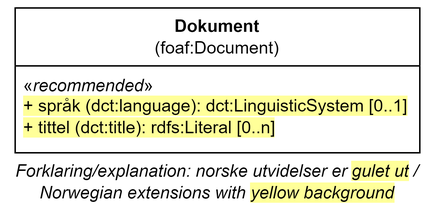
Before: docs/images/Klassen-Dokument.png, a diagram exported from draw.io (Informasjonsforvaltning/dcat-ap-no). Source tidied: cells renumbered, new cells last; positions are measured from the earlier drawing's top-left corner, leaving out a move shared by most shapes.
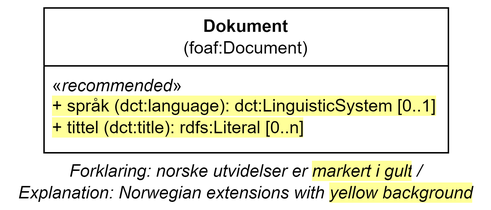
The same diagram one commit later.

What changed in the source:
```diff
@@ -8,8 +8,8 @@
     <mxCell id="3" value="&lt;div&gt;&lt;span style=&quot;background-color: initial;&quot;&gt;«&lt;/span&gt;&lt;i style=&quot;background-color: initial;&quot;&gt;recommended&lt;/i&gt;&lt;span style=&quot;background-color: initial;&quot;&gt;»&lt;/span&gt;&lt;br&gt;&lt;/div&gt;&lt;div&gt;&lt;div&gt;&lt;span style=&quot;background-color: rgb(255, 255, 153);&quot;&gt;+ språk (dct:language): dct:LinguisticSystem [0..1]&lt;/span&gt;&lt;/div&gt;&lt;div&gt;&lt;span style=&quot;background-color: rgb(255, 255, 153);&quot;&gt;+ tittel (dct:title): rdfs:Literal [0..n]&lt;/span&gt;&lt;/div&gt;&lt;/div&gt;" style="text;strokeColor=none;fillColor=none;align=left;verticalAlign=top;spacingLeft=4;spacingRight=4;overflow=hidden;whiteSpace=wrap;html=1;" parent="2" vertex="1">
       <mxGeometry y="40" width="280" height="60" as="geometry" />
     </mxCell>
-    <mxCell id="4" value="Forklaring/explanation: norske utvidelser er&amp;nbsp;&lt;span style=&quot;background-color: rgb(255, 255, 153);&quot;&gt;gulet ut&lt;/span&gt;&lt;span style=&quot;background-color: rgb(255 , 255 , 255)&quot;&gt;&amp;nbsp;/&lt;br&gt;Norwegian extensions with &lt;/span&gt;&lt;span style=&quot;background-color: rgb(255, 255, 153);&quot;&gt;yellow background&lt;/span&gt;" style="text;html=1;strokeColor=none;fillColor=none;align=center;verticalAlign=middle;whiteSpace=wrap;rounded=0;fontStyle=2;" parent="1" vertex="1">
-      <mxGeometry y="110" width="290" height="20" as="geometry" />
-    </mxCell>
+    <mxCell id="5" value="Forklaring: norske utvidelser er&amp;nbsp;&lt;span style=&quot;background-color: rgb(255, 255, 153);&quot;&gt;markert i gult&lt;/span&gt;&lt;span style=&quot;background-color: rgb(255 , 255 , 255)&quot;&gt;&amp;nbsp;/ &lt;br&gt;&lt;/span&gt;Explanation:&amp;nbsp;&lt;span style=&quot;background-color: rgb(255 , 255 , 255)&quot;&gt;Norwegian extensions with &lt;/span&gt;&lt;span style=&quot;background-color: rgb(255, 255, 153);&quot;&gt;yellow background&lt;/span&gt;" style="text;html=1;strokeColor=none;fillColor=none;align=center;verticalAlign=middle;whiteSpace=wrap;rounded=0;fontStyle=2;" parent="1" vertex="1">
+      <mxGeometry x="-20" y="110" width="330" height="20" as="geometry" />
+    </mxCell>
   </root>
 </mxGraphModel>
```
